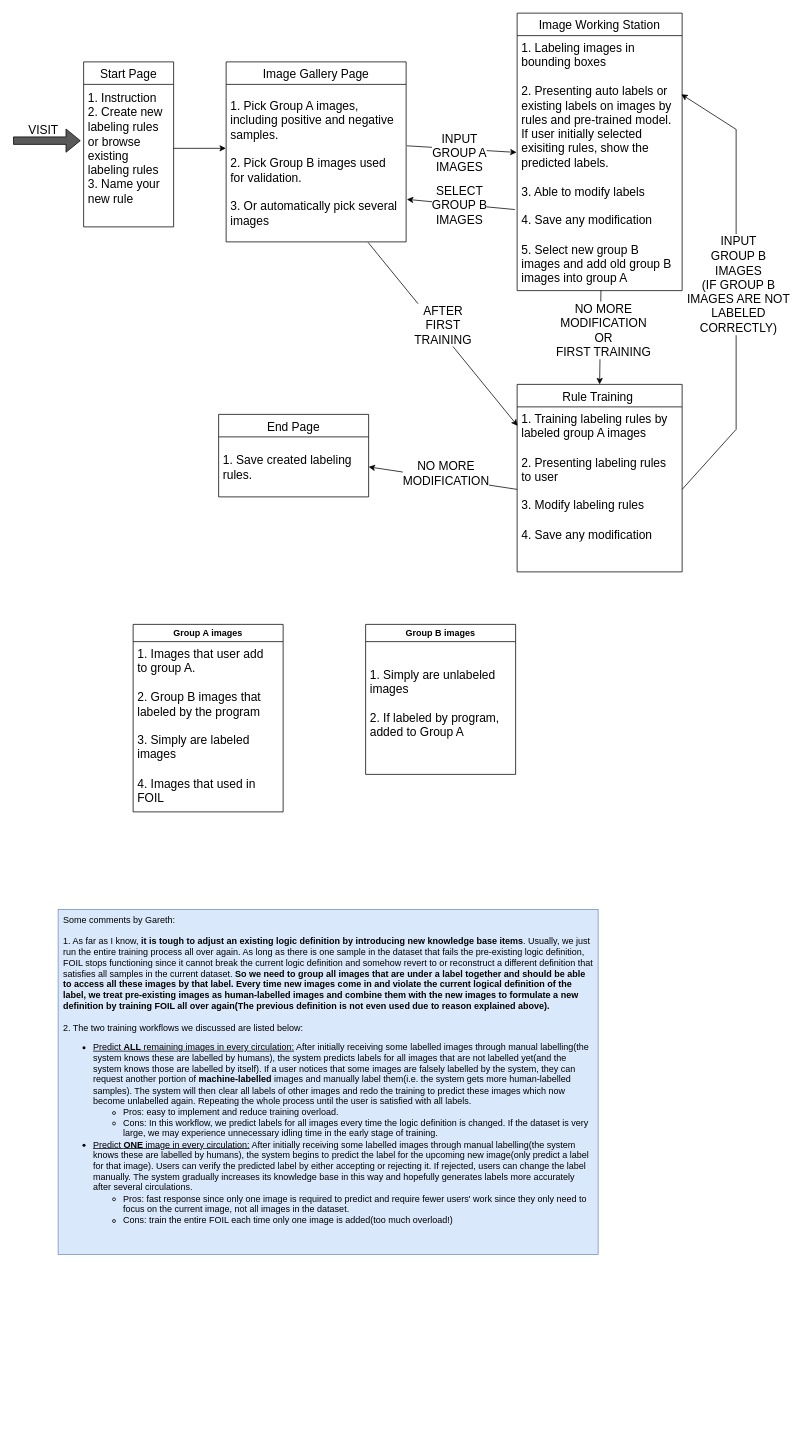
Neural-Symbolic-Image-Labeling/NSILWeb keeps this draw.io diagram as page "Scratch" (5 of 5) of architecture.drawio. Above is the earlier version. Source tidied: cells renumbered, new cells numbered last; positions are measured from the earlier drawing's top-left corner, leaving out a move shared by most shapes. Both pictures are drawn from the tidied source at 75%, with x=0, y=0 at pixel (13, 13).
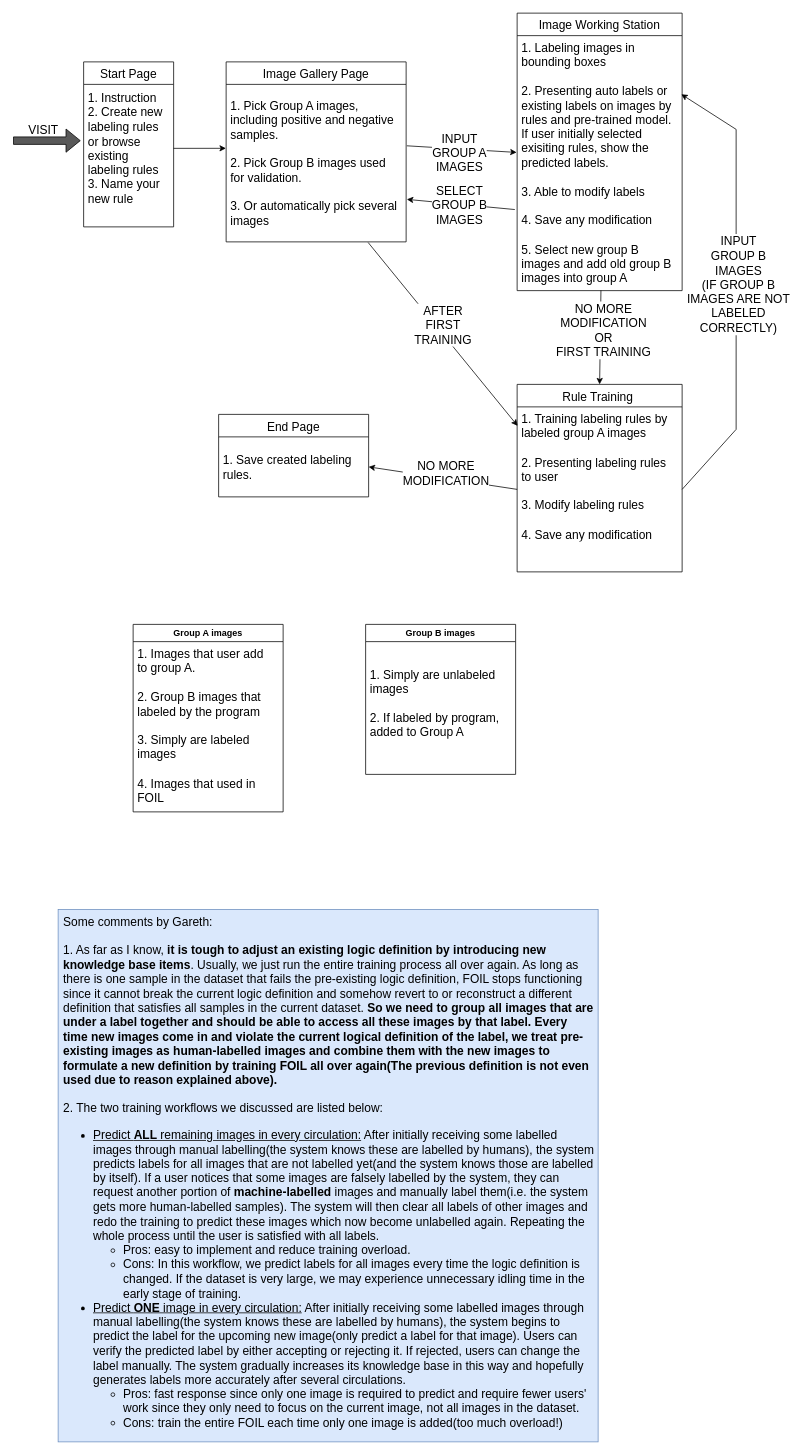
After the change.

Change to the diagram source:
```diff
@@
-    <mxCell id="33" value="&lt;div&gt;Some comments by Gareth:&lt;/div&gt;&lt;div&gt;&lt;br&gt;&lt;/div&gt;&lt;div&gt;1. As far as I know, &lt;b&gt;it is tough to adjust an existing logic definition by introducing new knowledge base items&lt;/b&gt;. Usually, we just run the entire training process all over again. As long as there is one sample in the dataset that fails the pre-existing logic definition, FOIL stops functioning since it cannot break the current logic definition and somehow revert to or reconstruct a different definition that satisfies all samples in the current dataset. &lt;b&gt;So we need to group all images that are under a label together and should be able to access all these images by that label. Every time new images come in and violate the current logical definition of the label, we treat pre-existing images as human-labelled images and combine them with the new images to formulate a new definition by training FOIL all over again(The previous definition is not even used due to reason explained above). &lt;br&gt;&lt;/b&gt;&lt;/div&gt;&lt;div&gt;&lt;br&gt;&lt;/div&gt;&lt;div&gt;2. The two training workflows we discussed are listed below:&lt;/div&gt;&lt;div&gt;&lt;ul&gt;&lt;li&gt;&lt;u&gt;Predict &lt;b&gt;ALL&lt;/b&gt; remaining images in every circulation:&lt;/u&gt; After initially receiving  some labelled images through manual labelling(the system knows these are labelled by humans), the system predicts labels for all images that are not labelled yet(and the system knows those are labelled by itself). If a user notices that some images are falsely labelled by the system, they can request another portion of &lt;b&gt;machine-labelled&lt;/b&gt; images and manually label them(i.e. the system gets more human-labelled samples). The system will then clear all labels of other images and redo the training to predict these images which now become unlabelled again. Repeating the whole process until the user is satisfied with all labels. &lt;br&gt;&lt;/li&gt;&lt;ul&gt;&lt;li&gt;Pros: easy to implement and reduce training overload.&lt;br&gt;&lt;/li&gt;&lt;li&gt;Cons: In this workflow, we predict labels for all images every time the logic definition is changed. If the dataset is very large, we may experience unnecessary idling time in the early stage of training.&amp;nbsp;&lt;/li&gt;&lt;/ul&gt;&lt;li&gt;&lt;u&gt;Predict &lt;b&gt;ONE&lt;/b&gt; image in every circulation:&lt;/u&gt; After initially receiving  some labelled images through manual labelling(the system knows these are labelled by humans), the system begins to predict the label for the upcoming new image(only predict a label for that image). Users can verify the predicted label by either accepting or rejecting it. If rejected, users can change the label manually. The system gradually increases its knowledge base in this way and hopefully generates labels more accurately after several circulations.&lt;/li&gt;&lt;ul&gt;&lt;li&gt;Pros: fast response since only one image is required to predict and require fewer users' work since they only need to focus on the current image, not all images in the dataset. &lt;br&gt;&lt;/li&gt;&lt;li&gt;Cons: train the entire FOIL each time only one image is added(too much overload!)&lt;br&gt;&lt;/li&gt;&lt;/ul&gt;&lt;/ul&gt;&lt;/div&gt;" style="rounded=0;whiteSpace=wrap;html=1;fillColor=#dae8fc;strokeColor=#6c8ebf;align=left;verticalAlign=top;labelPosition=center;verticalLabelPosition=middle;spacingLeft=5;spacingRight=5;" parent="1" vertex="1">
-      <mxGeometry x="60" y="1195" width="720" height="460" as="geometry" />
+    <mxCell id="33" value="&lt;div style=&quot;font-size: 16px;&quot;&gt;&lt;font style=&quot;font-size: 16px;&quot;&gt;Some comments by Gareth:&lt;/font&gt;&lt;/div&gt;&lt;div style=&quot;font-size: 16px;&quot;&gt;&lt;font style=&quot;font-size: 16px;&quot;&gt;&lt;br&gt;&lt;/font&gt;&lt;/div&gt;&lt;div style=&quot;font-size: 16px;&quot;&gt;&lt;font style=&quot;font-size: 16px;&quot;&gt;1. As far as I know, &lt;b&gt;it is tough to adjust an existing logic definition by introducing new knowledge base items&lt;/b&gt;. Usually, we just run the entire training process all over again. As long as there is one sample in the dataset that fails the pre-existing logic definition, FOIL stops functioning since it cannot break the current logic definition and somehow revert to or reconstruct a different definition that satisfies all samples in the current dataset. &lt;b&gt;So we need to group all images that are under a label together and should be able to access all these images by that label. Every time new images come in and violate the current logical definition of the label, we treat pre-existing images as human-labelled images and combine them with the new images to formulate a new definition by training FOIL all over again(The previous definition is not even used due to reason explained above). &lt;br&gt;&lt;/b&gt;&lt;/font&gt;&lt;/div&gt;&lt;div style=&quot;font-size: 16px;&quot;&gt;&lt;font style=&quot;font-size: 16px;&quot;&gt;&lt;br&gt;&lt;/font&gt;&lt;/div&gt;&lt;div style=&quot;font-size: 16px;&quot;&gt;&lt;font style=&quot;font-size: 16px;&quot;&gt;2. The two training workflows we discussed are listed below:&lt;/font&gt;&lt;/div&gt;&lt;div style=&quot;font-size: 16px;&quot;&gt;&lt;ul&gt;&lt;li&gt;&lt;font style=&quot;font-size: 16px;&quot;&gt;&lt;u&gt;Predict &lt;b&gt;ALL&lt;/b&gt; remaining images in every circulation:&lt;/u&gt; After initially receiving  some labelled images through manual labelling(the system knows these are labelled by humans), the system predicts labels for all images that are not labelled yet(and the system knows those are labelled by itself). If a user notices that some images are falsely labelled by the system, they can request another portion of &lt;b&gt;machine-labelled&lt;/b&gt; images and manually label them(i.e. the system gets more human-labelled samples). The system will then clear all labels of other images and redo the training to predict these images which now become unlabelled again. Repeating the whole process until the user is satisfied with all labels. &lt;br&gt;&lt;/font&gt;&lt;/li&gt;&lt;ul&gt;&lt;li&gt;&lt;font style=&quot;font-size: 16px;&quot;&gt;Pros: easy to implement and reduce training overload.&lt;br&gt;&lt;/font&gt;&lt;/li&gt;&lt;li&gt;&lt;font style=&quot;font-size: 16px;&quot;&gt;Cons: In this workflow, we predict labels for all images every time the logic definition is changed. If the dataset is very large, we may experience unnecessary idling time in the early stage of training.&amp;nbsp;&lt;/font&gt;&lt;/li&gt;&lt;/ul&gt;&lt;li&gt;&lt;font style=&quot;font-size: 16px;&quot;&gt;&lt;u&gt;Predict &lt;b&gt;ONE&lt;/b&gt; image in every circulation:&lt;/u&gt; After initially receiving  some labelled images through manual labelling(the system knows these are labelled by humans), the system begins to predict the label for the upcoming new image(only predict a label for that image). Users can verify the predicted label by either accepting or rejecting it. If rejected, users can change the label manually. The system gradually increases its knowledge base in this way and hopefully generates labels more accurately after several circulations.&lt;/font&gt;&lt;/li&gt;&lt;ul&gt;&lt;li&gt;&lt;font style=&quot;font-size: 16px;&quot;&gt;Pros: fast response since only one image is required to predict and require fewer users' work since they only need to focus on the current image, not all images in the dataset. &lt;br&gt;&lt;/font&gt;&lt;/li&gt;&lt;li&gt;&lt;font style=&quot;font-size: 16px;&quot;&gt;Cons: train the entire FOIL each time only one image is added(too much overload!)&lt;br&gt;&lt;/font&gt;&lt;/li&gt;&lt;/ul&gt;&lt;/ul&gt;&lt;/div&gt;" style="rounded=0;whiteSpace=wrap;html=1;fillColor=#dae8fc;strokeColor=#6c8ebf;align=left;verticalAlign=top;labelPosition=center;verticalLabelPosition=middle;spacingLeft=5;spacingRight=5;" parent="1" vertex="1">
+      <mxGeometry x="60" y="1195" width="720" height="710" as="geometry" />
     </mxCell>
```
